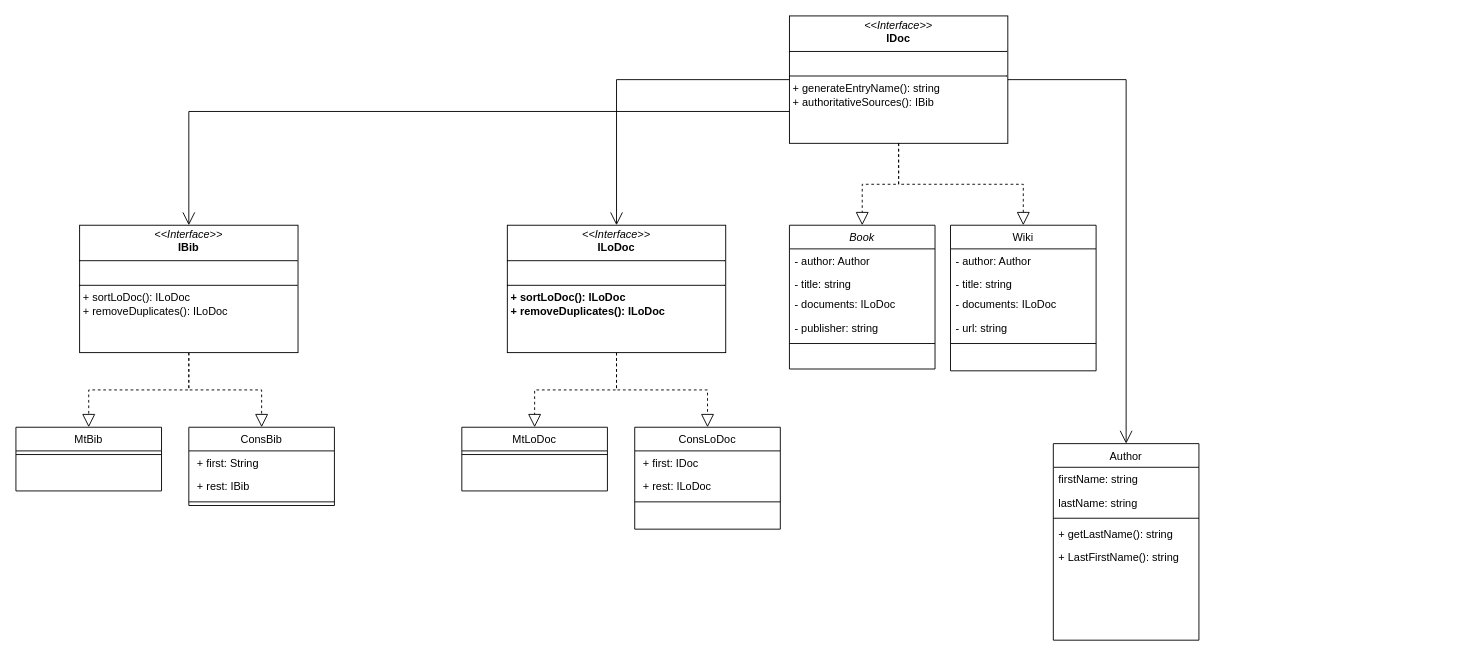
Earlier version of the draw.io diagram page "class_diagram" (1 of 2) of CS2510_Problem_8.drawio (sauerBT/PersonalRepo). Source tidied: cells renumbered, new cells numbered last; positions are measured from the earlier drawing's top-left corner, leaving out a move shared by most shapes. Both pictures are drawn from the tidied source at 91%, with x=0, y=0 at pixel (15, 15).
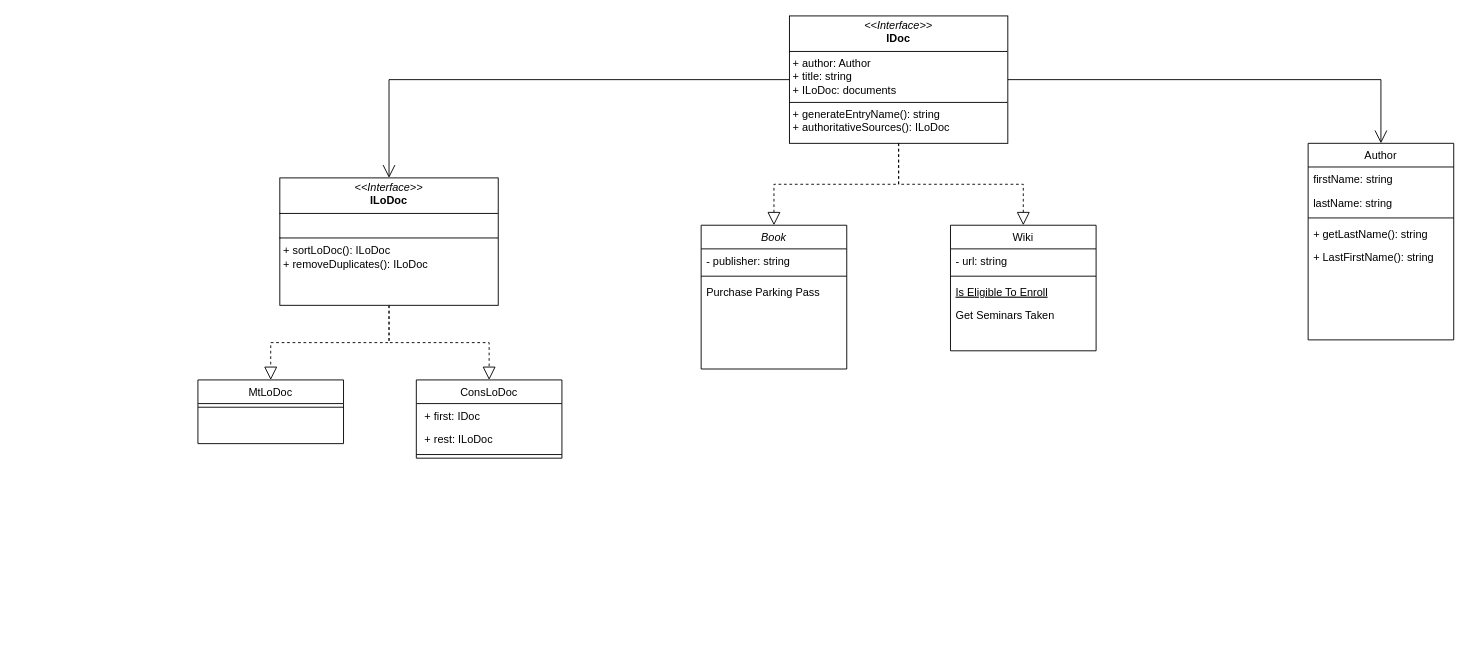
The same diagram, later.

What changed in the source:
```diff
@@
     <mxCell id="2" value="Book" style="swimlane;fontStyle=2;align=center;verticalAlign=top;horizontal=1;startSize=26;rounded=0;shadow=0;strokeWidth=1;" parent="1" vertex="1">
-      <mxGeometry x="850" y="230" width="160" height="158" as="geometry" />
+      <mxGeometry x="753" y="230" width="160" height="158" as="geometry" />
     </mxCell>
-    <mxCell id="3" value="- author: Author" style="text;align=left;verticalAlign=top;spacingLeft=4;spacingRight=4;overflow=hidden;" parent="2" vertex="1">
+    <mxCell id="3" value="- publisher: string" style="text;align=left;verticalAlign=top;spacingLeft=4;spacingRight=4;overflow=hidden;" parent="2" vertex="1">
       <mxGeometry y="26" width="160" height="26" as="geometry" />
     </mxCell>
-    <mxCell id="4" value="- title: string" style="text;align=left;verticalAlign=top;spacingLeft=4;spacingRight=4;overflow=hidden;" parent="2" vertex="1">
-      <mxGeometry y="52" width="160" height="22" as="geometry" />
-    </mxCell>
-    <mxCell id="5" value="- documents: ILoDoc" style="text;align=left;verticalAlign=top;spacingLeft=4;spacingRight=4;overflow=hidden;" parent="2" vertex="1">
-      <mxGeometry y="74" width="160" height="26" as="geometry" />
-    </mxCell>
-    <mxCell id="6" value="- publisher: string" style="text;align=left;verticalAlign=top;spacingLeft=4;spacingRight=4;overflow=hidden;" parent="2" vertex="1">
-      <mxGeometry y="100" width="160" height="26" as="geometry" />
-    </mxCell>
     <mxCell id="7" style="line;html=1;strokeWidth=1;align=left;verticalAlign=middle;spacingTop=-1;spacingLeft=3;spacingRight=3;labelPosition=right;" parent="2" vertex="1">
-      <mxGeometry y="126" width="160" height="8" as="geometry" />
+      <mxGeometry y="52" width="160" height="8" as="geometry" />
     </mxCell>
+    <mxCell id="44" value="Purchase Parking Pass" style="text;align=left;verticalAlign=top;spacingLeft=4;spacingRight=4;overflow=hidden;" parent="2" vertex="1">
+      <mxGeometry y="60" width="160" height="26" as="geometry" />
+    </mxCell>
     <mxCell id="8" value="Wiki" style="swimlane;fontStyle=0;align=center;verticalAlign=top;horizontal=1;startSize=26;rounded=0;shadow=0;strokeWidth=1;" parent="1" vertex="1">
-      <mxGeometry x="1027" y="230" width="160" height="160" as="geometry" />
+      <mxGeometry x="1027" y="230" width="160" height="138" as="geometry" />
     </mxCell>
-    <mxCell id="9" value="- author: Author" style="text;align=left;verticalAlign=top;spacingLeft=4;spacingRight=4;overflow=hidden;" parent="8" vertex="1">
-      <mxGeometry y="26" width="160" height="26" as="geometry" />
-    </mxCell>
-    <mxCell id="10" value="- title: string" style="text;align=left;verticalAlign=top;spacingLeft=4;spacingRight=4;overflow=hidden;" parent="8" vertex="1">
-      <mxGeometry y="52" width="160" height="22" as="geometry" />
-    </mxCell>
-    <mxCell id="11" value="- documents: ILoDoc" style="text;align=left;verticalAlign=top;spacingLeft=4;spacingRight=4;overflow=hidden;" parent="8" vertex="1">
-      <mxGeometry y="74" width="160" height="26" as="geometry" />
-    </mxCell>
     <mxCell id="12" value="- url: string" style="text;align=left;verticalAlign=top;spacingLeft=4;spacingRight=4;overflow=hidden;" parent="8" vertex="1">
-      <mxGeometry y="100" width="160" height="26" as="geometry" />
+      <mxGeometry y="26" width="160" height="26" as="geometry" />
     </mxCell>
     <mxCell id="13" style="line;html=1;strokeWidth=1;align=left;verticalAlign=middle;spacingTop=-1;spacingLeft=3;spacingRight=3;labelPosition=right;" parent="8" vertex="1">
-      <mxGeometry y="126" width="160" height="8" as="geometry" />
+      <mxGeometry y="52" width="160" height="8" as="geometry" />
     </mxCell>
+    <mxCell id="45" value="Is Eligible To Enroll" style="text;align=left;verticalAlign=top;spacingLeft=4;spacingRight=4;overflow=hidden;fontStyle=4;" parent="8" vertex="1">
+      <mxGeometry y="60" width="160" height="26" as="geometry" />
+    </mxCell>
+    <mxCell id="46" value="Get Seminars Taken" style="text;align=left;verticalAlign=top;spacingLeft=4;spacingRight=4;overflow=hidden;" parent="8" vertex="1">
+      <mxGeometry y="86" width="160" height="26" as="geometry" />
+    </mxCell>
     <mxCell id="14" value="ConsLoDoc" style="swimlane;fontStyle=0;align=center;verticalAlign=top;horizontal=1;startSize=26;rounded=0;shadow=0;strokeWidth=1;" parent="1" vertex="1">
-      <mxGeometry x="680" y="452" width="160" height="112" as="geometry" />
+      <mxGeometry x="440" y="400" width="160" height="86" as="geometry" />
     </mxCell>
@@
     <mxCell id="18" value="Author" style="swimlane;fontStyle=0;align=center;verticalAlign=top;horizontal=1;startSize=26;rounded=0;shadow=0;strokeWidth=1;" parent="1" vertex="1">
-      <mxGeometry x="1140" y="470" width="160" height="216" as="geometry" />
+      <mxGeometry x="1420" y="140" width="160" height="216" as="geometry" />
     </mxCell>
@@
-    <mxCell id="24" value="&lt;p style=&quot;margin:0px;margin-top:4px;text-align:center;&quot;&gt;&lt;i&gt;&amp;lt;&amp;lt;Interface&amp;gt;&amp;gt;&lt;/i&gt;&lt;br&gt;&lt;b&gt;IDoc&lt;/b&gt;&lt;br&gt;&lt;/p&gt;&lt;hr size=&quot;1&quot; style=&quot;border-style:solid;&quot;&gt;&lt;p style=&quot;margin:0px;margin-left:4px;&quot;&gt;&lt;br&gt;&lt;/p&gt;&lt;hr size=&quot;1&quot; style=&quot;border-style:solid;&quot;&gt;&lt;p style=&quot;margin:0px;margin-left:4px;&quot;&gt;+ generateEntryName(): string&lt;br&gt;+ authoritativeSources(): IBib&lt;/p&gt;" style="verticalAlign=top;align=left;overflow=fill;html=1;whiteSpace=wrap;" parent="1" vertex="1">
+    <mxCell id="24" value="&lt;p style=&quot;margin:0px;margin-top:4px;text-align:center;&quot;&gt;&lt;i&gt;&amp;lt;&amp;lt;Interface&amp;gt;&amp;gt;&lt;/i&gt;&lt;br&gt;&lt;b&gt;IDoc&lt;/b&gt;&lt;br&gt;&lt;/p&gt;&lt;hr size=&quot;1&quot; style=&quot;border-style:solid;&quot;&gt;&lt;p style=&quot;margin:0px;margin-left:4px;&quot;&gt;+ author: Author&lt;br&gt;+ title: string&lt;/p&gt;&lt;p style=&quot;margin:0px;margin-left:4px;&quot;&gt;+ ILoDoc: documents&lt;br&gt;&lt;/p&gt;&lt;hr size=&quot;1&quot; style=&quot;border-style:solid;&quot;&gt;&lt;p style=&quot;margin:0px;margin-left:4px;&quot;&gt;+ generateEntryName(): string&lt;br&gt;+ authoritativeSources(): ILoDoc&lt;/p&gt;" style="verticalAlign=top;align=left;overflow=fill;html=1;whiteSpace=wrap;" parent="1" vertex="1">
       <mxGeometry x="850" width="240" height="140" as="geometry" />
     </mxCell>
     <mxCell id="25" value="MtLoDoc" style="swimlane;fontStyle=0;align=center;verticalAlign=top;horizontal=1;startSize=26;rounded=0;shadow=0;strokeWidth=1;" parent="1" vertex="1">
-      <mxGeometry x="490" y="452" width="160" height="70" as="geometry" />
+      <mxGeometry x="200" y="400" width="160" height="70" as="geometry" />
     </mxCell>
@@
-    <mxCell id="33" value="&lt;p style=&quot;margin:0px;margin-top:4px;text-align:center;&quot;&gt;&lt;i&gt;&amp;lt;&amp;lt;Interface&amp;gt;&amp;gt;&lt;/i&gt;&lt;br&gt;&lt;b&gt;ILoDoc&lt;/b&gt;&lt;br&gt;&lt;/p&gt;&lt;hr size=&quot;1&quot; style=&quot;border-style:solid;&quot;&gt;&lt;br&gt;&lt;hr size=&quot;1&quot; style=&quot;border-style:solid;&quot;&gt;&lt;p style=&quot;margin:0px;margin-left:4px;&quot;&gt;&lt;b&gt;+ sortLoDoc(): ILoDoc&lt;br&gt;+ removeDuplicates(): ILoDoc&lt;/b&gt;&lt;/p&gt;" style="verticalAlign=top;align=left;overflow=fill;html=1;whiteSpace=wrap;" parent="1" vertex="1">
-      <mxGeometry x="540" y="230" width="240" height="140" as="geometry" />
+    <mxCell id="33" value="&lt;p style=&quot;margin:0px;margin-top:4px;text-align:center;&quot;&gt;&lt;i&gt;&amp;lt;&amp;lt;Interface&amp;gt;&amp;gt;&lt;/i&gt;&lt;br&gt;&lt;b&gt;ILoDoc&lt;/b&gt;&lt;br&gt;&lt;/p&gt;&lt;hr size=&quot;1&quot; style=&quot;border-style:solid;&quot;&gt;&lt;br&gt;&lt;hr size=&quot;1&quot; style=&quot;border-style:solid;&quot;&gt;&lt;p style=&quot;margin:0px;margin-left:4px;&quot;&gt;+ sortLoDoc(): ILoDoc&lt;br&gt;+ removeDuplicates(): ILoDoc&lt;/p&gt;" style="verticalAlign=top;align=left;overflow=fill;html=1;whiteSpace=wrap;" parent="1" vertex="1">
+      <mxGeometry x="290" y="178" width="240" height="140" as="geometry" />
     </mxCell>
-    <mxCell id="34" value="ConsBib" style="swimlane;fontStyle=0;align=center;verticalAlign=top;horizontal=1;startSize=26;rounded=0;shadow=0;strokeWidth=1;" parent="1" vertex="1">
-      <mxGeometry x="190" y="452" width="160" height="86" as="geometry" />
-    </mxCell>
-    <mxCell id="35" value=" + first: String" style="text;align=left;verticalAlign=top;spacingLeft=4;spacingRight=4;overflow=hidden;" parent="34" vertex="1">
-      <mxGeometry y="26" width="160" height="26" as="geometry" />
-    </mxCell>
-    <mxCell id="36" value=" + rest: IBib" style="text;align=left;verticalAlign=top;spacingLeft=4;spacingRight=4;overflow=hidden;" parent="34" vertex="1">
-      <mxGeometry y="52" width="160" height="26" as="geometry" />
-    </mxCell>
-    <mxCell id="37" style="line;html=1;strokeWidth=1;align=left;verticalAlign=middle;spacingTop=-1;spacingLeft=3;spacingRight=3;labelPosition=right;" parent="34" vertex="1">
-      <mxGeometry y="78" width="160" height="8" as="geometry" />
-    </mxCell>
-    <mxCell id="38" value="MtBib" style="swimlane;fontStyle=0;align=center;verticalAlign=top;horizontal=1;startSize=26;rounded=0;shadow=0;strokeWidth=1;" parent="1" vertex="1">
-      <mxGeometry y="452" width="160" height="70" as="geometry" />
-    </mxCell>
-    <mxCell id="39" style="line;html=1;strokeWidth=1;align=left;verticalAlign=middle;spacingTop=-1;spacingLeft=3;spacingRight=3;labelPosition=right;" parent="38" vertex="1">
-      <mxGeometry y="26" width="160" height="8" as="geometry" />
-    </mxCell>
-    <mxCell id="40" style="endArrow=block;dashed=1;endFill=0;endSize=12;html=1;rounded=0;exitX=0.5;exitY=1;exitDx=0;exitDy=0;entryX=0.5;entryY=0;entryDx=0;entryDy=0;edgeStyle=orthogonalEdgeStyle;" parent="1" edge="1" source="42" target="38">
-      <mxGeometry relative="1" as="geometry" />
-    </mxCell>
-    <mxCell id="41" style="endArrow=block;dashed=1;endFill=0;endSize=12;html=1;rounded=0;exitX=0.5;exitY=1;exitDx=0;exitDy=0;entryX=0.5;entryY=0;entryDx=0;entryDy=0;edgeStyle=orthogonalEdgeStyle;" parent="1" edge="1" source="42" target="34">
-      <mxGeometry relative="1" as="geometry" />
-    </mxCell>
-    <mxCell id="42" value="&lt;p style=&quot;margin:0px;margin-top:4px;text-align:center;&quot;&gt;&lt;i&gt;&amp;lt;&amp;lt;Interface&amp;gt;&amp;gt;&lt;/i&gt;&lt;br&gt;&lt;b&gt;IBib&lt;/b&gt;&lt;br&gt;&lt;/p&gt;&lt;hr size=&quot;1&quot; style=&quot;border-style:solid;&quot;&gt;&lt;br&gt;&lt;hr size=&quot;1&quot; style=&quot;border-style:solid;&quot;&gt;&lt;p style=&quot;margin:0px;margin-left:4px;&quot;&gt;+ sortLoDoc(): ILoDoc&lt;br&gt;+ removeDuplicates(): ILoDoc&lt;/p&gt;" style="verticalAlign=top;align=left;overflow=fill;html=1;whiteSpace=wrap;" parent="1" vertex="1">
-      <mxGeometry x="70" y="230" width="240" height="140" as="geometry" />
-    </mxCell>
-    <mxCell id="43" style="endArrow=open;endFill=1;endSize=12;html=1;rounded=0;entryX=0.5;entryY=0;entryDx=0;entryDy=0;exitX=0;exitY=0.75;exitDx=0;exitDy=0;edgeStyle=orthogonalEdgeStyle;" parent="1" edge="1" source="24" target="42">
-      <mxGeometry relative="1" as="geometry" />
-    </mxCell>
```
